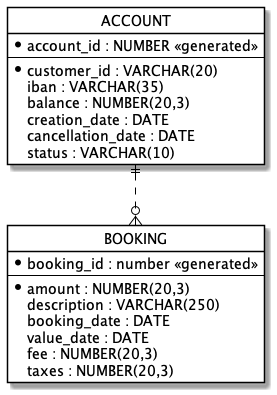
Before: doc/data-definition-core-banking.png, a diagram exported from PlantUML (scalvetr/costomer-single-view).
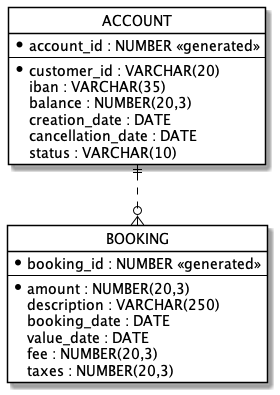
The same file after the commit.

Diff of the diagram source:
```diff
@@ -24,7 +24,7 @@
 }
 
 entity "BOOKING" as booking {
-* booking_id : number <<generated>>
+* booking_id : NUMBER <<generated>>
 ---
 * amount : NUMBER(20,3)
 description : VARCHAR(250)
```
